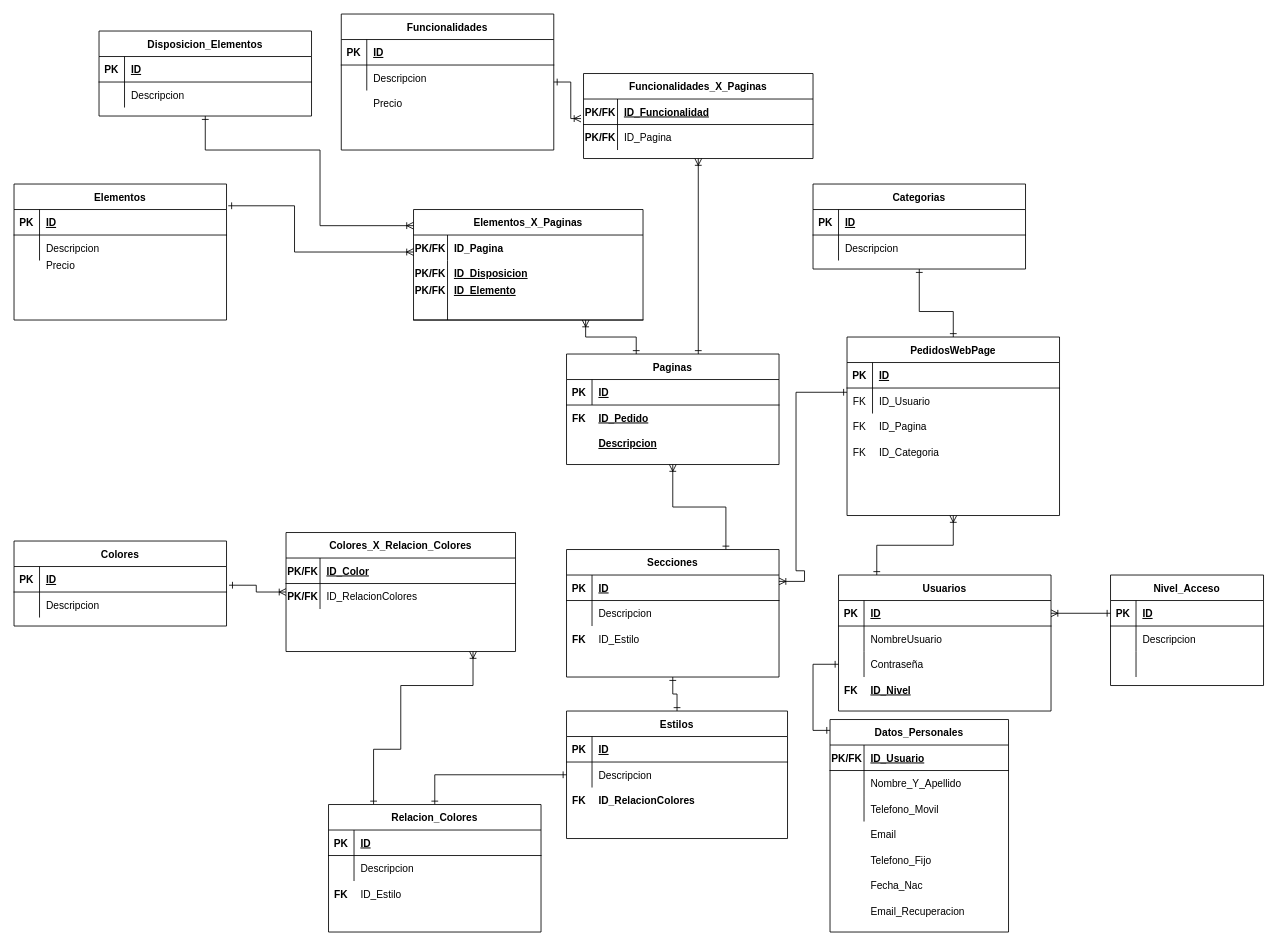
Earlier version of the draw.io diagram TPC_Ferreira_Huarcaya/Diagramas/DiagramaSQL.drawio (Cout-Nico-F/TPC_Ferreira_Huarcaya). Source tidied: cells renumbered, new cells numbered last; positions are measured from the earlier drawing's top-left corner, leaving out a move shared by most shapes. Both pictures are drawn from the tidied source at 85%, with x=0, y=0 at pixel (14, 14).
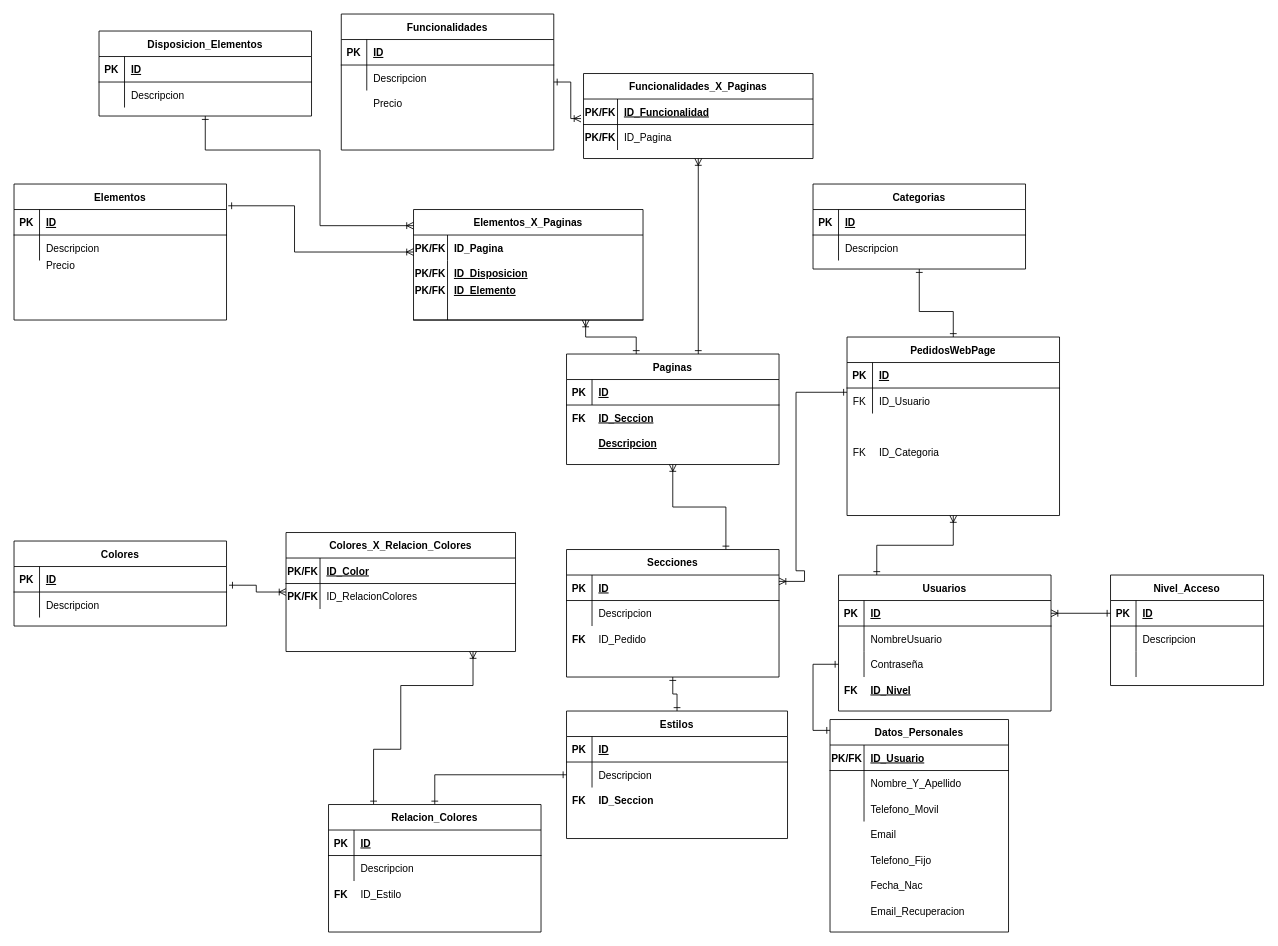
The same page after the edit.

Commit message:
Modificaciones a inconsistencias en los FK

Saque el FK de paginas en Pedidos, agrege el FK de pedidos en secciones, cambie un fk de paginas hacia ID_Secciones, cambie el fk de estilos y de relacion-colores
Parece estar mejor ahora, angel o max nos dirá

The edit, as a diff of the source:
```diff
@@
-    <mxCell id="6" value="ID_Pagina" style="shape=partialRectangle;overflow=hidden;fillColor=none;top=0;left=0;bottom=0;right=0;align=left;spacingLeft=6;" parent="1" vertex="1">
-      <mxGeometry x="1010" y="470" width="220" height="30" as="geometry" />
-    </mxCell>
-    <mxCell id="7" value="FK" style="shape=partialRectangle;overflow=hidden;fillColor=none;top=0;left=0;bottom=0;right=0;" parent="1" vertex="1">
-      <mxGeometry x="980" y="470" width="30" height="30" as="geometry" />
-    </mxCell>
@@
-    <mxCell id="29" value="ID_Pedido" style="shape=partialRectangle;overflow=hidden;fillColor=none;top=0;left=0;bottom=0;right=0;align=left;spacingLeft=6;fontStyle=5;" parent="1" vertex="1">
+    <mxCell id="29" value="ID_Seccion" style="shape=partialRectangle;overflow=hidden;fillColor=none;top=0;left=0;bottom=0;right=0;align=left;spacingLeft=6;fontStyle=5;" parent="1" vertex="1">
       <mxGeometry x="680" y="460" width="220" height="30" as="geometry" />
     </mxCell>
@@
-    <mxCell id="79" value="ID_Estilo" style="shape=partialRectangle;overflow=hidden;fillColor=none;top=0;left=0;bottom=0;right=0;align=left;spacingLeft=6;" parent="1" vertex="1">
+    <mxCell id="79" value="ID_Pedido" style="shape=partialRectangle;overflow=hidden;fillColor=none;top=0;left=0;bottom=0;right=0;align=left;spacingLeft=6;" parent="1" vertex="1">
       <mxGeometry x="680" y="720" width="220" height="30" as="geometry" />
     </mxCell>
@@
-    <mxCell id="81" value="ID_RelacionColores" style="shape=partialRectangle;overflow=hidden;fillColor=none;top=0;left=0;bottom=0;right=0;align=left;spacingLeft=6;fontStyle=1;" parent="1" vertex="1">
+    <mxCell id="81" value="ID_Seccion" style="shape=partialRectangle;overflow=hidden;fillColor=none;top=0;left=0;bottom=0;right=0;align=left;spacingLeft=6;fontStyle=1;" parent="1" vertex="1">
       <mxGeometry x="680" y="910" width="230" height="30" as="geometry" />
     </mxCell>
```
